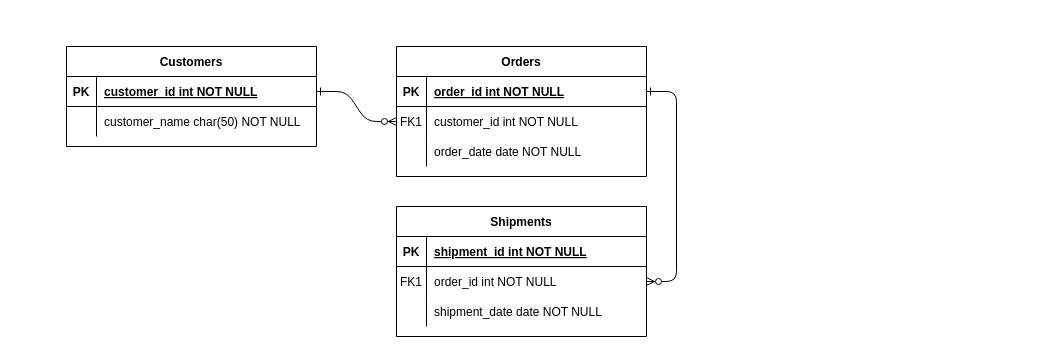
Above: Untitled Diagram.drawio in MecaAlex/modelare_db (draw.io), before the change. Source tidied: cells renumbered, new cells numbered last; positions are measured from the earlier drawing's top-left corner, leaving out a move shared by most shapes. Both pictures are drawn from the tidied source at 100%, with x=0, y=0 at pixel (66, 46).
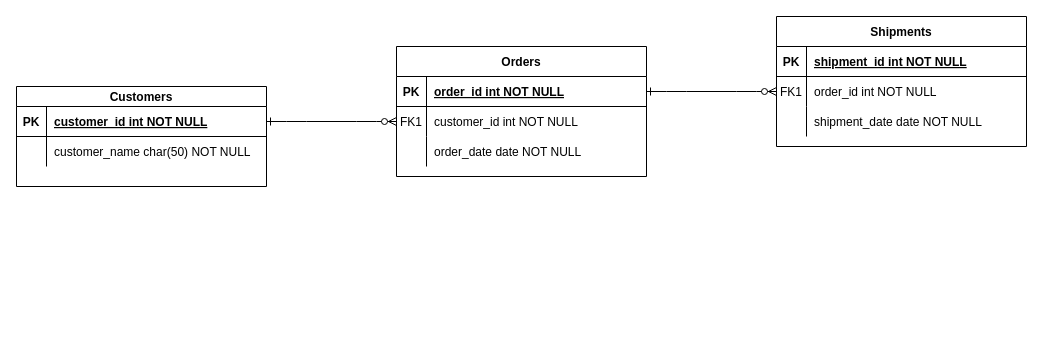
The same diagram, later.

The edit, as a diff of the source:
```diff
@@
     <mxCell id="14" value="Shipments" style="shape=table;startSize=30;childLayout=tableLayout;rowLines=0;fontStyle=1;align=center;" parent="1" vertex="1">
-      <mxGeometry x="330" y="160" width="250" height="130" as="geometry" />
+      <mxGeometry x="710" y="-30" width="250" height="130" as="geometry" />
     </mxCell>
@@
-    <mxCell id="24" value="Customers" style="shape=table;startSize=30;childLayout=tableLayout;rowLines=0;fontStyle=1;align=center;" parent="1" vertex="1">
-      <mxGeometry width="250" height="100" as="geometry" />
+    <mxCell id="24" value="Customers" style="shape=table;startSize=20;childLayout=tableLayout;rowLines=0;fontStyle=1;align=center;" parent="1" vertex="1">
+      <mxGeometry x="-50" y="40" width="250" height="100" as="geometry" />
     </mxCell>
     <mxCell id="25" style="shape=partialRectangle;fillColor=none;points=[[0,0.5],[1,0.5]];portConstraint=eastwest;top=0;left=0;right=0;bottom=1;" parent="24" vertex="1">
-      <mxGeometry y="30" width="250" height="30" as="geometry" />
+      <mxGeometry y="20" width="250" height="30" as="geometry" />
     </mxCell>
@@
     <mxCell id="28" style="shape=partialRectangle;fillColor=none;top=0;left=0;right=0;bottom=0;" parent="24" vertex="1">
-      <mxGeometry y="60" width="250" height="30" as="geometry" />
+      <mxGeometry y="50" width="250" height="30" as="geometry" />
     </mxCell>
```
